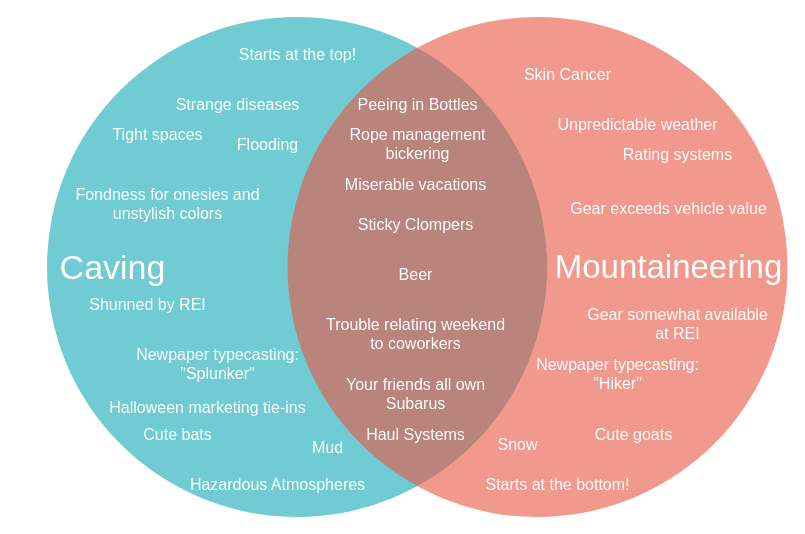
Earlier version of the draw.io diagram MountaineerCavingVenn.drawio (socalgrotto/diagrams). Source tidied: cells renumbered, new cells numbered last; positions are measured from the earlier drawing's top-left corner, leaving out a move shared by most shapes. Both pictures are drawn from the tidied source at 100%, with x=0, y=0 at pixel (17, 16).
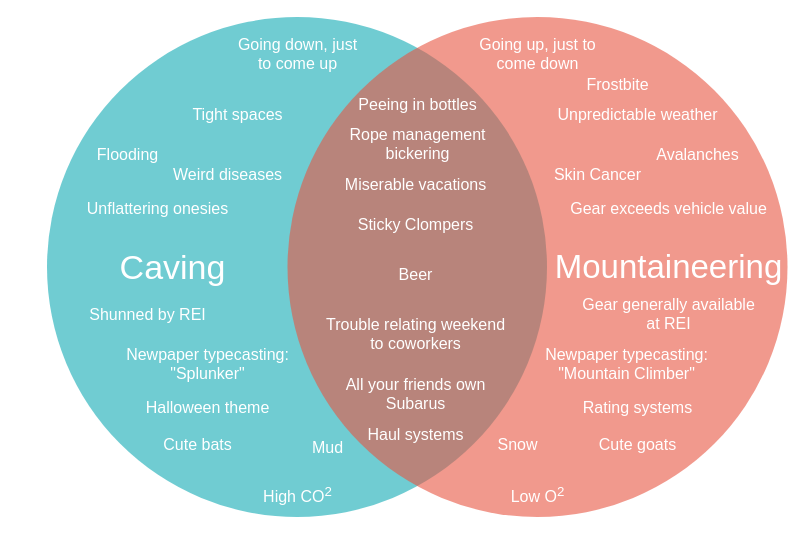
Above is the later version.

What changed in the source:
```diff
@@
     <mxCell id="4" value="&lt;font style=&quot;font-size: 34px&quot;&gt;Caving&lt;/font&gt;" style="text;fontSize=24;align=center;verticalAlign=middle;html=1;fontColor=#FFFFFF;" parent="1" vertex="1">
-      <mxGeometry y="215.5" width="190" height="70" as="geometry" />
+      <mxGeometry x="60" y="215.5" width="190" height="70" as="geometry" />
     </mxCell>
@@
-    <mxCell id="6" value="Peeing in Bottles" style="text;align=center;html=1;fontColor=#FFFFFF;fontSize=16;" parent="1" vertex="1">
+    <mxCell id="6" value="Peeing in bottles" style="text;align=center;html=1;fontColor=#FFFFFF;fontSize=16;" parent="1" vertex="1">
       <mxGeometry x="380" y="72" width="40" height="40" as="geometry" />
     </mxCell>
-    <mxCell id="7" value="Starts at the top!" style="text;align=center;html=1;fontColor=#FFFFFF;fontSize=16;" parent="1" vertex="1">
-      <mxGeometry x="259.5" y="22" width="40" height="40" as="geometry" />
+    <mxCell id="7" value="&lt;div&gt;Going down, just&lt;/div&gt;&lt;div&gt;to come up&lt;br&gt;&lt;/div&gt;" style="text;align=center;html=1;fontColor=#FFFFFF;fontSize=16;" parent="1" vertex="1">
+      <mxGeometry x="259.5" y="12" width="40" height="40" as="geometry" />
     </mxCell>
-    <mxCell id="8" value="Starts at the bottom!" style="text;align=center;html=1;fontColor=#FFFFFF;fontSize=16;" parent="1" vertex="1">
-      <mxGeometry x="520" y="452" width="40" height="40" as="geometry" />
+    <mxCell id="8" value="&lt;div&gt;Going up, just to &lt;br&gt;&lt;/div&gt;&lt;div&gt;come down&lt;/div&gt;" style="text;align=center;html=1;fontColor=#FFFFFF;fontSize=16;" parent="1" vertex="1">
+      <mxGeometry x="500" y="12" width="40" height="40" as="geometry" />
     </mxCell>
@@
     <mxCell id="12" value="Skin Cancer" style="text;align=center;html=1;fontColor=#FFFFFF;fontSize=16;" parent="1" vertex="1">
-      <mxGeometry x="529.5" y="42" width="40" height="40" as="geometry" />
+      <mxGeometry x="560" y="142" width="40" height="40" as="geometry" />
     </mxCell>
-    <mxCell id="13" value="Strange diseases" style="text;align=center;html=1;fontColor=#FFFFFF;fontSize=16;" parent="1" vertex="1">
-      <mxGeometry x="200" y="72" width="40" height="40" as="geometry" />
+    <mxCell id="13" value="Weird diseases" style="text;align=center;html=1;fontColor=#FFFFFF;fontSize=16;" parent="1" vertex="1">
+      <mxGeometry x="190" y="142" width="40" height="40" as="geometry" />
     </mxCell>
     <mxCell id="14" value="Tight spaces" style="text;align=center;html=1;fontColor=#FFFFFF;fontSize=16;" parent="1" vertex="1">
-      <mxGeometry x="120" y="102" width="40" height="40" as="geometry" />
+      <mxGeometry x="200" y="82" width="40" height="40" as="geometry" />
     </mxCell>
     <mxCell id="15" value="Unpredictable weather" style="text;align=center;html=1;fontColor=#FFFFFF;fontSize=16;" parent="1" vertex="1">
-      <mxGeometry x="600" y="92" width="40" height="40" as="geometry" />
+      <mxGeometry x="600" y="82" width="40" height="40" as="geometry" />
     </mxCell>
     <mxCell id="16" value="Flooding" style="text;align=center;html=1;fontColor=#FFFFFF;fontSize=16;" parent="1" vertex="1">
-      <mxGeometry x="230" y="112" width="40" height="40" as="geometry" />
+      <mxGeometry x="90" y="122" width="40" height="40" as="geometry" />
     </mxCell>
@@
-    <mxCell id="18" value="&lt;div&gt;Fondness for onesies and&lt;/div&gt;&lt;div&gt;unstylish colors&lt;br&gt;&lt;/div&gt;" style="text;align=center;html=1;fontColor=#FFFFFF;fontSize=16;" parent="1" vertex="1">
-      <mxGeometry x="130" y="162" width="40" height="40" as="geometry" />
+    <mxCell id="18" value="Unflattering onesies" style="text;align=center;html=1;fontColor=#FFFFFF;fontSize=16;" parent="1" vertex="1">
+      <mxGeometry x="120" y="175.5" width="40" height="40" as="geometry" />
     </mxCell>
-    <mxCell id="19" value="&lt;div&gt;Gear somewhat available &lt;br&gt;&lt;/div&gt;&lt;div&gt;at REI&lt;/div&gt;" style="text;align=center;html=1;fontColor=#FFFFFF;fontSize=16;" parent="1" vertex="1">
-      <mxGeometry x="640" y="282" width="40" height="40" as="geometry" />
+    <mxCell id="19" value="&lt;div&gt;Gear generally available &lt;br&gt;&lt;/div&gt;&lt;div&gt;at REI&lt;/div&gt;" style="text;align=center;html=1;fontColor=#FFFFFF;fontSize=16;" parent="1" vertex="1">
+      <mxGeometry x="631" y="272" width="40" height="40" as="geometry" />
     </mxCell>
     <mxCell id="20" value="Shunned by REI" style="text;align=center;html=1;fontColor=#FFFFFF;fontSize=16;" parent="1" vertex="1">
-      <mxGeometry x="110" y="272" width="40" height="40" as="geometry" />
+      <mxGeometry x="110" y="282" width="40" height="40" as="geometry" />
     </mxCell>
     <mxCell id="21" value="&lt;div&gt;Newpaper typecasting: &lt;br&gt;&lt;/div&gt;&lt;div&gt;&quot;Splunker&quot;&lt;/div&gt;" style="text;align=center;html=1;fontColor=#FFFFFF;fontSize=16;" parent="1" vertex="1">
-      <mxGeometry x="180" y="322" width="40" height="40" as="geometry" />
+      <mxGeometry x="170" y="322" width="40" height="40" as="geometry" />
     </mxCell>
-    <mxCell id="22" value="&lt;div&gt;Newpaper typecasting: &lt;br&gt;&lt;/div&gt;&lt;div&gt;&quot;Hiker&quot;&lt;/div&gt;" style="text;align=center;html=1;fontColor=#FFFFFF;fontSize=16;" parent="1" vertex="1">
-      <mxGeometry x="580" y="332" width="40" height="40" as="geometry" />
+    <mxCell id="22" value="&lt;div&gt;Newpaper typecasting: &lt;br&gt;&lt;/div&gt;&lt;div&gt;&quot;Mountain Climber&quot;&lt;/div&gt;" style="text;align=center;html=1;fontColor=#FFFFFF;fontSize=16;" parent="1" vertex="1">
+      <mxGeometry x="589" y="322" width="40" height="40" as="geometry" />
     </mxCell>
@@
-    <mxCell id="24" value="Snow" style="text;align=center;html=1;fontColor=#FFFFFF;fontSize=16;" parent="1" vertex="1">
-      <mxGeometry x="480" y="412" width="40" height="40" as="geometry" />
+    <mxCell id="24" value="Avalanches" style="text;align=center;html=1;fontColor=#FFFFFF;fontSize=16;" parent="1" vertex="1">
+      <mxGeometry x="660" y="122" width="40" height="40" as="geometry" />
     </mxCell>
     <mxCell id="25" value="Rating systems" style="text;align=center;html=1;fontColor=#FFFFFF;fontSize=16;" parent="1" vertex="1">
-      <mxGeometry x="640" y="122" width="40" height="40" as="geometry" />
+      <mxGeometry x="600" y="375" width="40" height="40" as="geometry" />
     </mxCell>
-    <mxCell id="26" value="&lt;div&gt;Your friends all own&lt;/div&gt;&lt;div&gt;Subarus&lt;/div&gt;" style="text;align=center;html=1;fontColor=#FFFFFF;fontSize=16;" parent="1" vertex="1">
+    <mxCell id="26" value="&lt;div&gt;All your friends own&lt;/div&gt;&lt;div&gt;Subarus&lt;/div&gt;" style="text;align=center;html=1;fontColor=#FFFFFF;fontSize=16;" parent="1" vertex="1">
       <mxGeometry x="377.5" y="352" width="40" height="40" as="geometry" />
     </mxCell>
-    <mxCell id="27" value="Hazardous Atmospheres" style="text;align=center;html=1;fontColor=#FFFFFF;fontSize=16;" parent="1" vertex="1">
-      <mxGeometry x="240" y="452" width="40" height="40" as="geometry" />
+    <mxCell id="27" value="High CO&lt;sup&gt;2&lt;/sup&gt;" style="text;align=center;html=1;fontColor=#FFFFFF;fontSize=16;" parent="1" vertex="1">
+      <mxGeometry x="259.5" y="460.5" width="40" height="40" as="geometry" />
     </mxCell>
-    <mxCell id="28" value="Haul Systems" style="text;align=center;html=1;fontColor=#FFFFFF;fontSize=16;" parent="1" vertex="1">
+    <mxCell id="28" value="Haul systems" style="text;align=center;html=1;fontColor=#FFFFFF;fontSize=16;" parent="1" vertex="1">
       <mxGeometry x="377.5" y="402" width="40" height="40" as="geometry" />
     </mxCell>
@@
-    <mxCell id="30" value="Halloween marketing tie-ins" style="text;align=center;html=1;fontColor=#FFFFFF;fontSize=16;" parent="1" vertex="1">
+    <mxCell id="30" value="Halloween theme" style="text;align=center;html=1;fontColor=#FFFFFF;fontSize=16;" parent="1" vertex="1">
       <mxGeometry x="170" y="375" width="40" height="40" as="geometry" />
     </mxCell>
     <mxCell id="31" value="Cute goats" style="text;align=center;html=1;fontColor=#FFFFFF;fontSize=16;" parent="1" vertex="1">
-      <mxGeometry x="596" y="402" width="40" height="40" as="geometry" />
+      <mxGeometry x="600" y="412" width="40" height="40" as="geometry" />
     </mxCell>
     <mxCell id="32" value="Cute bats" style="text;align=center;html=1;fontColor=#FFFFFF;fontSize=16;" parent="1" vertex="1">
-      <mxGeometry x="140" y="402" width="40" height="40" as="geometry" />
+      <mxGeometry x="160" y="412" width="40" height="40" as="geometry" />
     </mxCell>
@@
+    <mxCell id="34" value="Frostbite" style="text;align=center;html=1;fontColor=#FFFFFF;fontSize=16;" parent="1" vertex="1">
+      <mxGeometry x="580" y="52" width="40" height="40" as="geometry" />
+    </mxCell>
+    <mxCell id="35" value="Snow" style="text;align=center;html=1;fontColor=#FFFFFF;fontSize=16;" parent="1" vertex="1">
+      <mxGeometry x="480" y="412" width="40" height="40" as="geometry" />
+    </mxCell>
+    <mxCell id="36" value="Low O&lt;sup&gt;2&lt;/sup&gt;" style="text;align=center;html=1;fontColor=#FFFFFF;fontSize=16;" parent="1" vertex="1">
+      <mxGeometry x="500" y="460.5" width="40" height="40" as="geometry" />
+    </mxCell>
```
